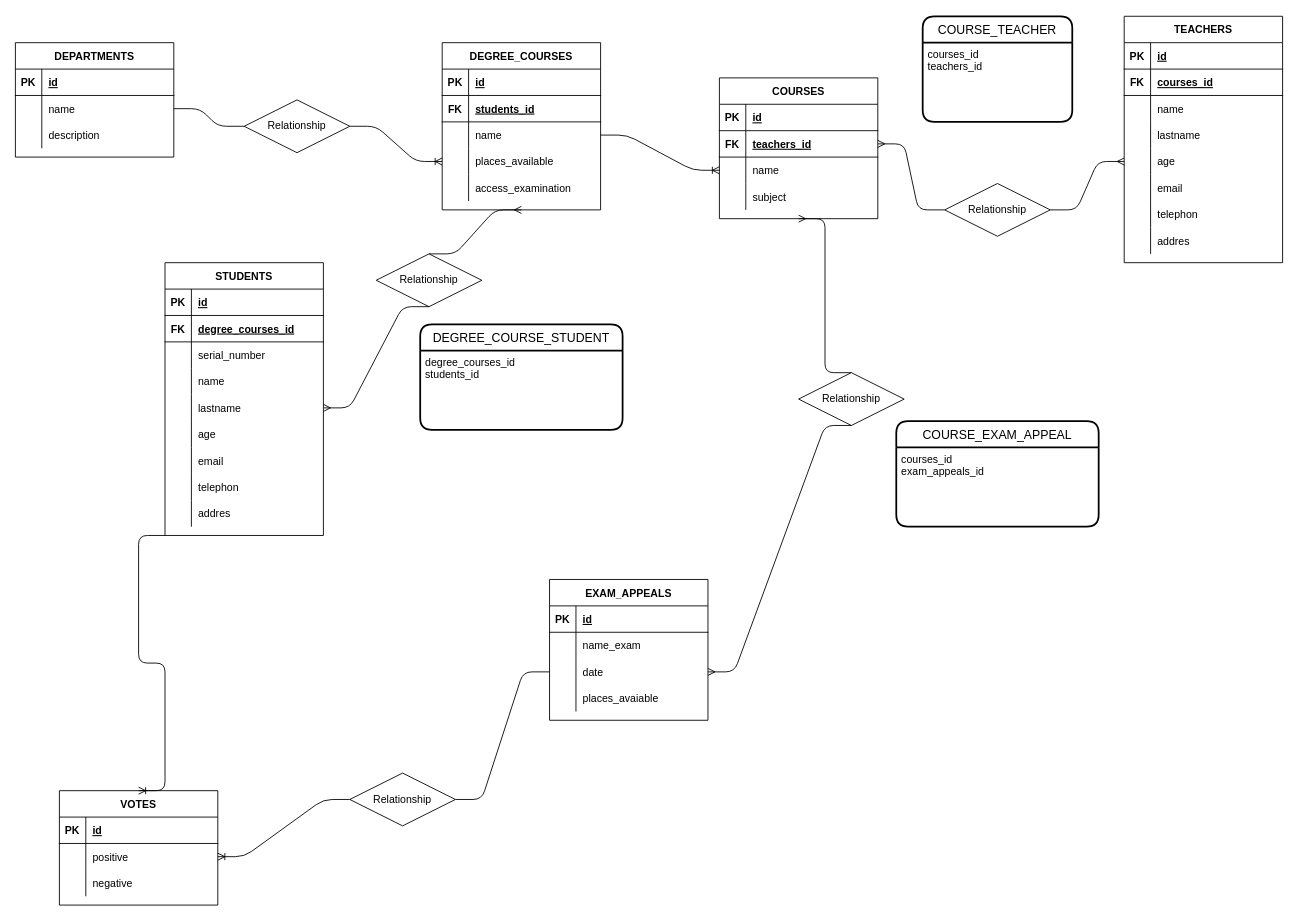
The draw.io diagram University.drawio in MCigno94/db-university, before the edit. Source tidied: cells renumbered, new cells numbered last; positions are measured from the earlier drawing's top-left corner, leaving out a move shared by most shapes. Both pictures are drawn from the tidied source at 88%, with x=0, y=0 at pixel (15, 16).
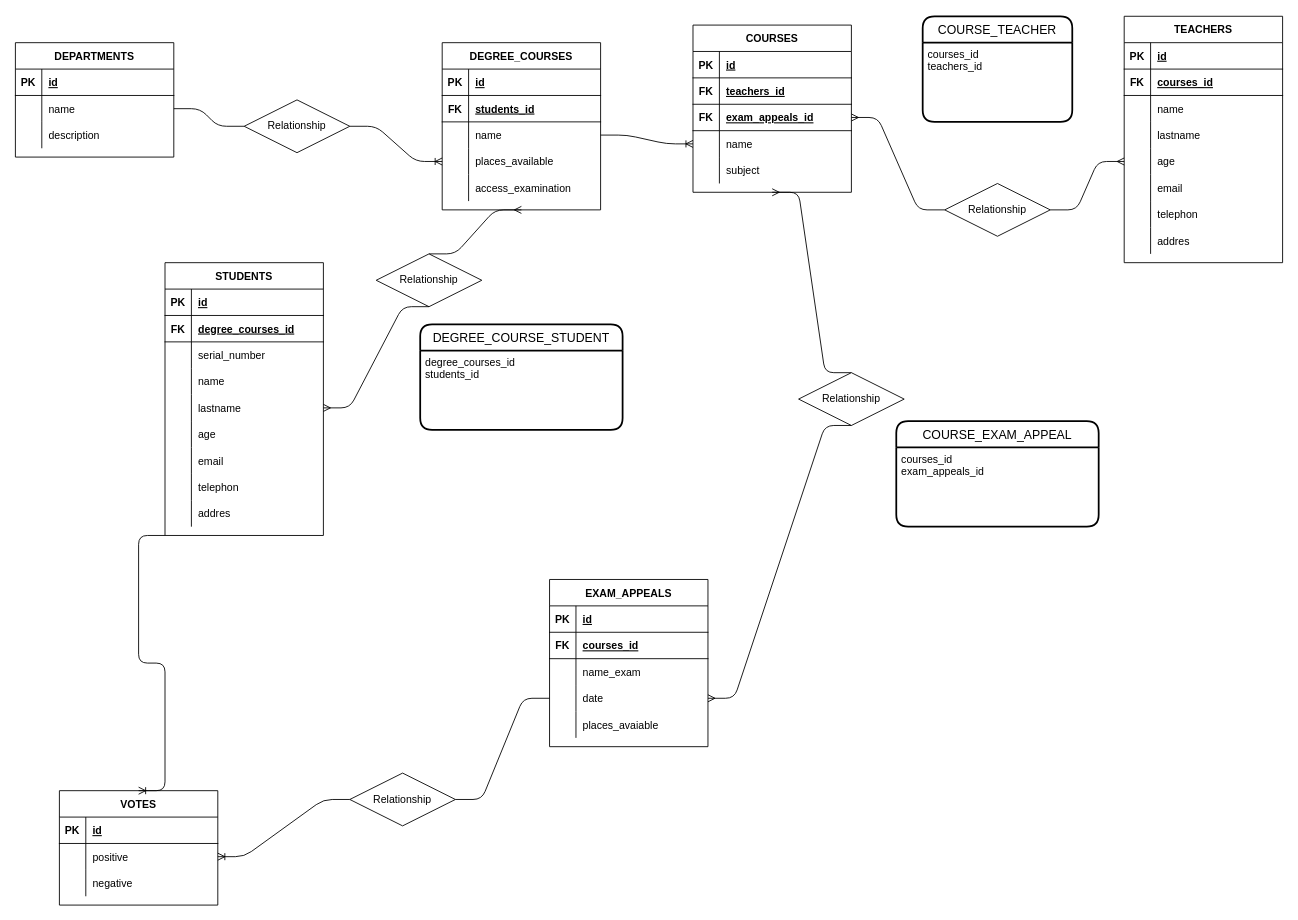
After the change.

Diff of the diagram source:
```diff
@@
     <mxCell id="86" value="COURSES" style="shape=table;startSize=30;childLayout=tableLayout;rowLines=0;fontStyle=1;align=center;" parent="1" vertex="1">
-      <mxGeometry x="800" y="70" width="180" height="160" as="geometry" />
+      <mxGeometry x="770" y="10" width="180" height="190" as="geometry" />
     </mxCell>
@@
+    <mxCell id="140" style="shape=partialRectangle;fillColor=none;top=0;left=0;bottom=1;right=0;" parent="86" vertex="1">
+      <mxGeometry y="60" width="180" height="30" as="geometry" />
+    </mxCell>
+    <mxCell id="141" value="FK" style="shape=partialRectangle;fillColor=none;top=0;left=0;bottom=0;right=0;fontStyle=1;overflow=hidden;" parent="140" vertex="1">
+      <mxGeometry width="30" height="30" as="geometry" />
+    </mxCell>
+    <mxCell id="142" value="teachers_id" style="shape=partialRectangle;fillColor=none;top=0;left=0;bottom=0;right=0;align=left;spacingLeft=6;fontStyle=5;overflow=hidden;" parent="140" vertex="1">
+      <mxGeometry x="30" width="150" height="30" as="geometry" />
+    </mxCell>
     <mxCell id="90" style="shape=partialRectangle;fillColor=none;top=0;left=0;bottom=1;right=0;points=[[0,0.5],[1,0.5]];portConstraint=eastwest;" parent="86" vertex="1">
-      <mxGeometry y="60" width="180" height="30" as="geometry" />
+      <mxGeometry y="90" width="180" height="30" as="geometry" />
     </mxCell>
@@
-    <mxCell id="92" value="teachers_id" style="shape=partialRectangle;fillColor=none;top=0;left=0;bottom=0;right=0;align=left;spacingLeft=6;fontStyle=5;overflow=hidden;" parent="90" vertex="1">
+    <mxCell id="92" value="exam_appeals_id" style="shape=partialRectangle;fillColor=none;top=0;left=0;bottom=0;right=0;align=left;spacingLeft=6;fontStyle=5;overflow=hidden;" parent="90" vertex="1">
       <mxGeometry x="30" width="150" height="30" as="geometry" />
     </mxCell>
     <mxCell id="93" style="shape=partialRectangle;fillColor=none;top=0;left=0;bottom=0;right=0;points=[[0,0.5],[1,0.5]];portConstraint=eastwest;" parent="86" vertex="1">
-      <mxGeometry y="90" width="180" height="30" as="geometry" />
+      <mxGeometry y="120" width="180" height="30" as="geometry" />
     </mxCell>
@@
     <mxCell id="96" style="shape=partialRectangle;fillColor=none;top=0;left=0;bottom=0;right=0;" parent="86" vertex="1">
-      <mxGeometry y="120" width="180" height="30" as="geometry" />
+      <mxGeometry y="150" width="180" height="30" as="geometry" />
     </mxCell>
@@
     <mxCell id="104" value="EXAM_APPEALS" style="shape=table;startSize=30;childLayout=tableLayout;rowLines=0;fontStyle=1;align=center;" parent="1" vertex="1">
-      <mxGeometry x="607" y="640" width="180" height="160" as="geometry" />
+      <mxGeometry x="607" y="640" width="180" height="190" as="geometry" />
     </mxCell>
+    <mxCell id="143" style="shape=partialRectangle;fillColor=none;top=0;left=0;bottom=1;right=0;" parent="104" vertex="1">
+      <mxGeometry y="30" width="180" height="30" as="geometry" />
+    </mxCell>
+    <mxCell id="144" value="PK" style="shape=partialRectangle;fillColor=none;top=0;left=0;bottom=0;right=0;fontStyle=1;overflow=hidden;" parent="143" vertex="1">
+      <mxGeometry width="30" height="30" as="geometry" />
+    </mxCell>
+    <mxCell id="145" value="id" style="shape=partialRectangle;fillColor=none;top=0;left=0;bottom=0;right=0;align=left;spacingLeft=6;fontStyle=5;overflow=hidden;" parent="143" vertex="1">
+      <mxGeometry x="30" width="150" height="30" as="geometry" />
+    </mxCell>
     <mxCell id="105" style="shape=partialRectangle;fillColor=none;top=0;left=0;bottom=1;right=0;" parent="104" vertex="1">
-      <mxGeometry y="30" width="180" height="30" as="geometry" />
+      <mxGeometry y="60" width="180" height="30" as="geometry" />
     </mxCell>
-    <mxCell id="106" value="PK" style="shape=partialRectangle;fillColor=none;top=0;left=0;bottom=0;right=0;fontStyle=1;overflow=hidden;" parent="105" vertex="1">
+    <mxCell id="106" value="FK" style="shape=partialRectangle;fillColor=none;top=0;left=0;bottom=0;right=0;fontStyle=1;overflow=hidden;" parent="105" vertex="1">
       <mxGeometry width="30" height="30" as="geometry" />
     </mxCell>
-    <mxCell id="107" value="id" style="shape=partialRectangle;fillColor=none;top=0;left=0;bottom=0;right=0;align=left;spacingLeft=6;fontStyle=5;overflow=hidden;" parent="105" vertex="1">
+    <mxCell id="107" value="courses_id" style="shape=partialRectangle;fillColor=none;top=0;left=0;bottom=0;right=0;align=left;spacingLeft=6;fontStyle=5;overflow=hidden;" parent="105" vertex="1">
       <mxGeometry x="30" width="150" height="30" as="geometry" />
     </mxCell>
     <mxCell id="108" style="shape=partialRectangle;fillColor=none;top=0;left=0;bottom=0;right=0;" parent="104" vertex="1">
-      <mxGeometry y="60" width="180" height="30" as="geometry" />
+      <mxGeometry y="90" width="180" height="30" as="geometry" />
     </mxCell>
@@
     <mxCell id="111" style="shape=partialRectangle;fillColor=none;top=0;left=0;bottom=0;right=0;points=[[0,0.5],[1,0.5]];portConstraint=eastwest;" parent="104" vertex="1">
-      <mxGeometry y="90" width="180" height="30" as="geometry" />
+      <mxGeometry y="120" width="180" height="30" as="geometry" />
     </mxCell>
@@
     <mxCell id="114" style="shape=partialRectangle;fillColor=none;top=0;left=0;bottom=0;right=0;" parent="104" vertex="1">
-      <mxGeometry y="120" width="180" height="30" as="geometry" />
+      <mxGeometry y="150" width="180" height="30" as="geometry" />
     </mxCell>
```
